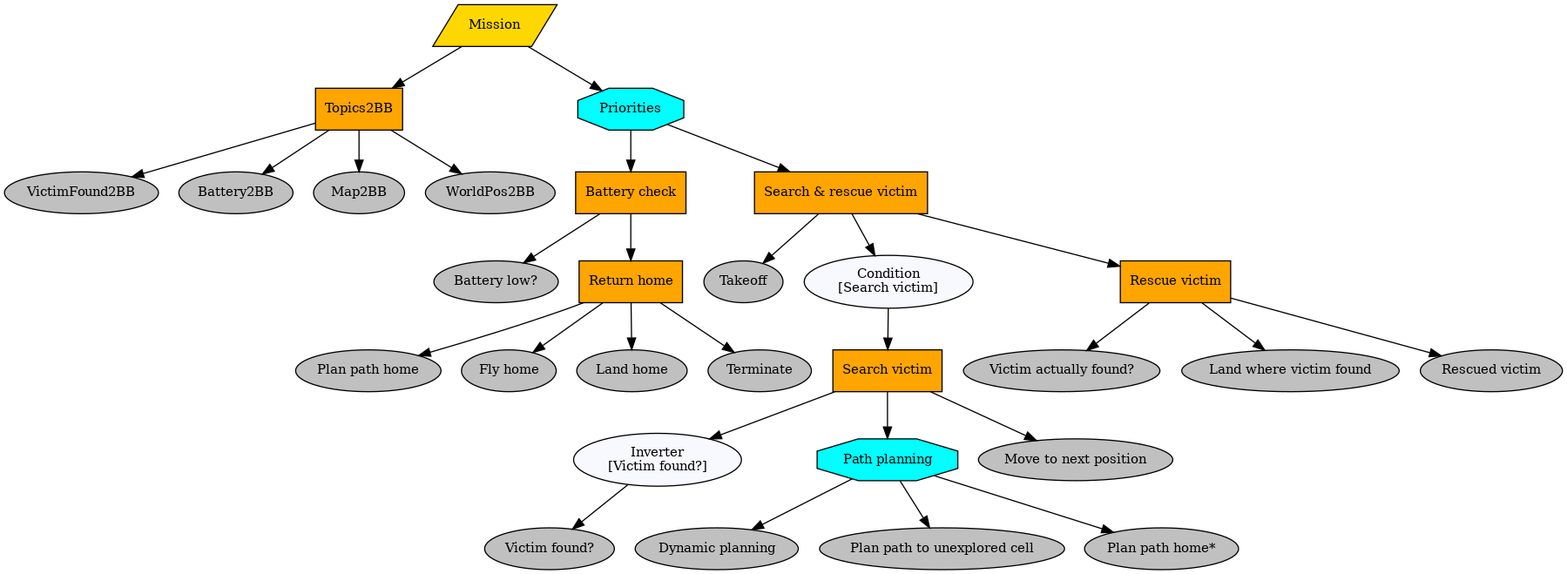
Before: planner_tree.png, a diagram exported from Graphviz (srothh/ppmrob). Its source is kept beside it as planner_tree.dot.
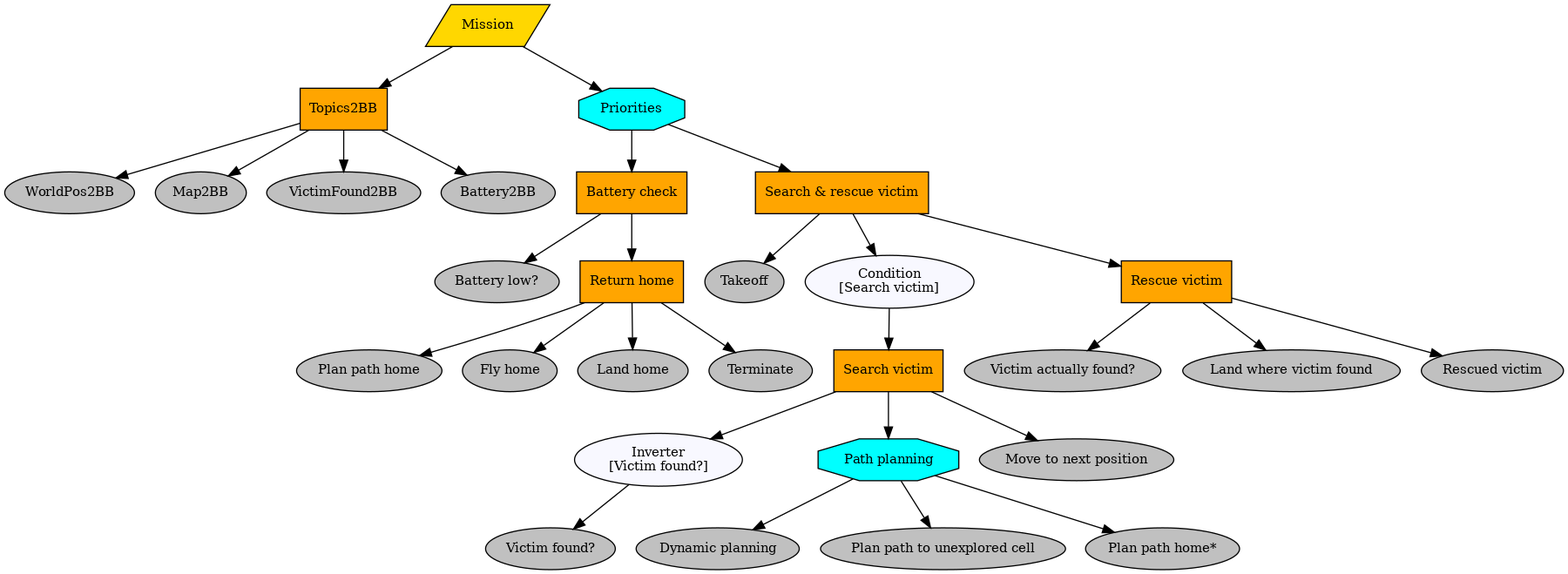
The same file after the commit.

Diff of the diagram source:
```diff
@@ -5,14 +5,14 @@
 Mission [fillcolor=gold, fontcolor=black, fontsize=11, shape=parallelogram, style=filled];
 Topics2BB [fillcolor=orange, fontcolor=black, fontsize=11, shape=box, style=filled];
 Mission -> Topics2BB;
+WorldPos2BB [fillcolor=gray, fontcolor=black, fontsize=11, shape=ellipse, style=filled];
+Topics2BB -> WorldPos2BB;
+Map2BB [fillcolor=gray, fontcolor=black, fontsize=11, shape=ellipse, style=filled];
+Topics2BB -> Map2BB;
 VictimFound2BB [fillcolor=gray, fontcolor=black, fontsize=11, shape=ellipse, style=filled];
 Topics2BB -> VictimFound2BB;
 Battery2BB [fillcolor=gray, fontcolor=black, fontsize=11, shape=ellipse, style=filled];
 Topics2BB -> Battery2BB;
-Map2BB [fillcolor=gray, fontcolor=black, fontsize=11, shape=ellipse, style=filled];
-Topics2BB -> Map2BB;
-WorldPos2BB [fillcolor=gray, fontcolor=black, fontsize=11, shape=ellipse, style=filled];
-Topics2BB -> WorldPos2BB;
 Priorities [fillcolor=cyan, fontcolor=black, fontsize=11, shape=octagon, style=filled];
 Mission -> Priorities;
 "Battery check" [fillcolor=orange, fontcolor=black, fontsize=11, shape=box, style=filled];
```
